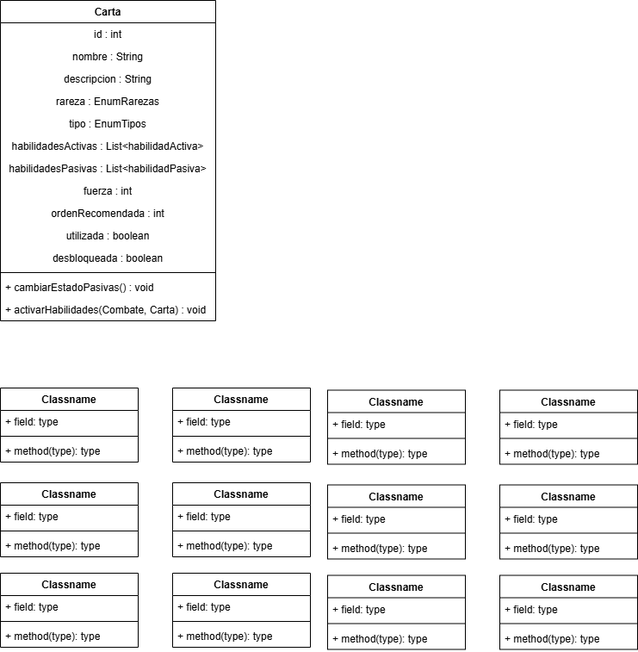
Above: Imagenes/diagrama de clases.drawio.png in gian700/Beastdeck (draw.io), before the change. Source tidied: cells renumbered, new cells last; positions are measured from the earlier drawing's top-left corner, leaving out a move shared by most shapes.
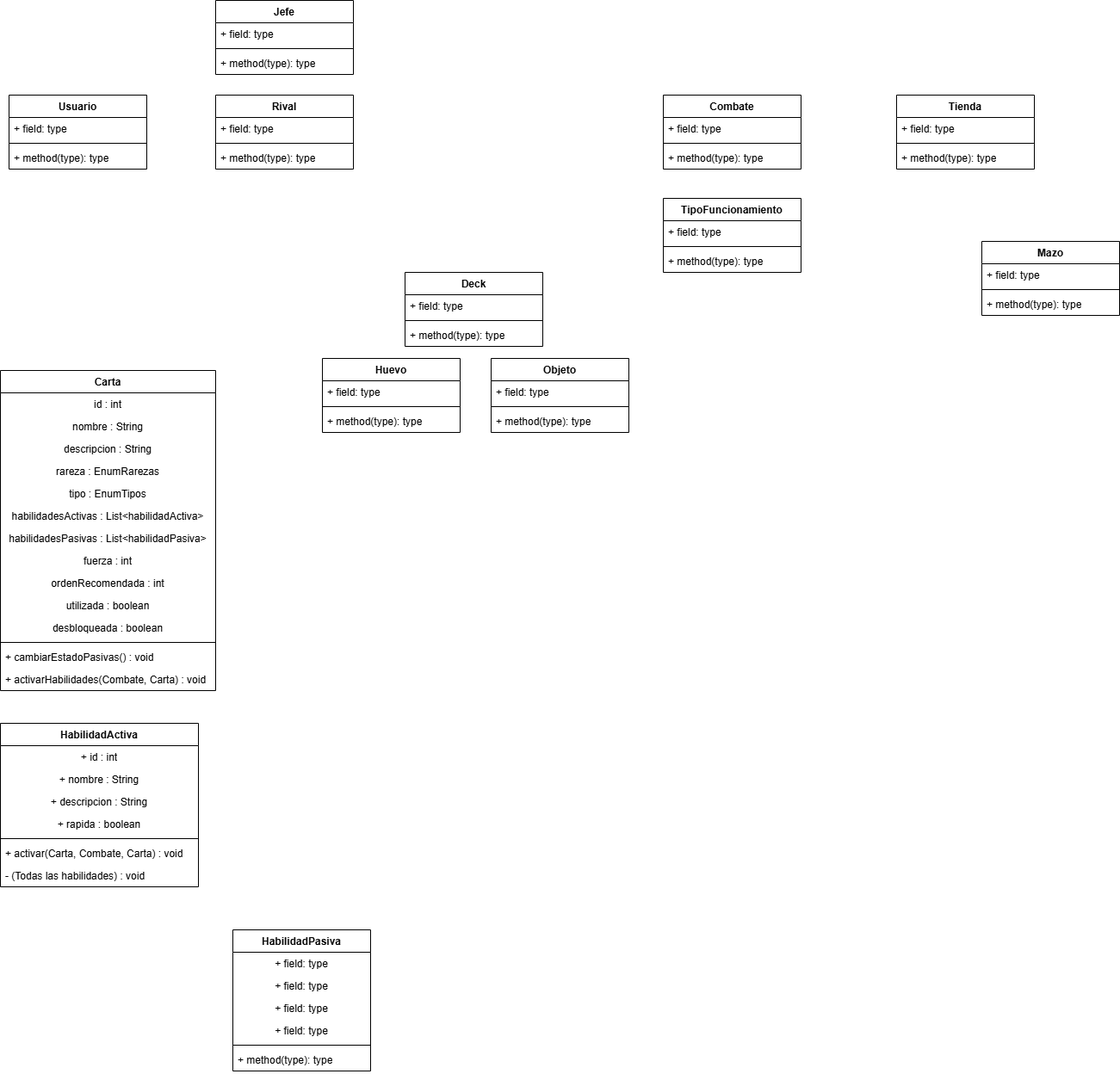
After the commit.

What changed in the source:
```diff
@@ -47,32 +47,53 @@
     <mxCell id="16" value="+ activarHabilidades(Combate, Carta) : void" style="text;strokeColor=none;fillColor=none;align=left;verticalAlign=top;spacingLeft=4;spacingRight=4;overflow=hidden;whiteSpace=wrap;html=1;" parent="2" vertex="1">
       <mxGeometry y="346" width="250" height="26" as="geometry" />
     </mxCell>
-    <mxCell id="17" value="Classname" style="swimlane;fontStyle=1;align=center;verticalAlign=top;horizontal=1;startSize=26;whiteSpace=wrap;html=1;" parent="1" vertex="1">
-      <mxGeometry y="450" width="160" height="86" as="geometry" />
+    <mxCell id="17" value="HabilidadActiva" style="swimlane;fontStyle=1;align=center;verticalAlign=top;horizontal=1;startSize=26;whiteSpace=wrap;html=1;" parent="1" vertex="1">
+      <mxGeometry y="410" width="230" height="190" as="geometry" />
     </mxCell>
-    <mxCell id="18" value="+ field: type" style="text;strokeColor=none;fillColor=none;align=left;verticalAlign=top;spacingLeft=4;spacingRight=4;overflow=hidden;whiteSpace=wrap;html=1;" parent="17" vertex="1">
-      <mxGeometry y="26" width="160" height="26" as="geometry" />
+    <mxCell id="18" value="+ id : int" style="text;strokeColor=none;fillColor=none;align=center;verticalAlign=top;spacingLeft=4;spacingRight=4;overflow=hidden;whiteSpace=wrap;html=1;" parent="17" vertex="1">
+      <mxGeometry y="26" width="230" height="26" as="geometry" />
     </mxCell>
+    <mxCell id="65" value="+ nombre : String" style="text;strokeColor=none;fillColor=none;align=center;verticalAlign=top;spacingLeft=4;spacingRight=4;overflow=hidden;whiteSpace=wrap;html=1;" parent="17" vertex="1">
+      <mxGeometry y="52" width="230" height="26" as="geometry" />
+    </mxCell>
+    <mxCell id="66" value="+ descripcion : String" style="text;strokeColor=none;fillColor=none;align=center;verticalAlign=top;spacingLeft=4;spacingRight=4;overflow=hidden;whiteSpace=wrap;html=1;" parent="17" vertex="1">
+      <mxGeometry y="78" width="230" height="26" as="geometry" />
+    </mxCell>
+    <mxCell id="67" value="+ rapida : boolean" style="text;strokeColor=none;fillColor=none;align=center;verticalAlign=top;spacingLeft=4;spacingRight=4;overflow=hidden;whiteSpace=wrap;html=1;" parent="17" vertex="1">
+      <mxGeometry y="104" width="230" height="26" as="geometry" />
+    </mxCell>
     <mxCell id="19" style="line;strokeWidth=1;fillColor=none;align=left;verticalAlign=middle;spacingTop=-1;spacingLeft=3;spacingRight=3;labelPosition=right;strokeColor=inherit;" parent="17" vertex="1">
-      <mxGeometry y="52" width="160" height="8" as="geometry" />
+      <mxGeometry y="130" width="230" height="8" as="geometry" />
     </mxCell>
-    <mxCell id="20" value="+ method(type): type" style="text;strokeColor=none;fillColor=none;align=left;verticalAlign=top;spacingLeft=4;spacingRight=4;overflow=hidden;whiteSpace=wrap;html=1;" parent="17" vertex="1">
-      <mxGeometry y="60" width="160" height="26" as="geometry" />
+    <mxCell id="20" value="+ activar(Carta, Combate, Carta) : void" style="text;strokeColor=none;fillColor=none;align=left;verticalAlign=top;spacingLeft=4;spacingRight=4;overflow=hidden;whiteSpace=wrap;html=1;" parent="17" vertex="1">
+      <mxGeometry y="138" width="230" height="26" as="geometry" />
     </mxCell>
+    <mxCell id="68" value="- (Todas las habilidades) : void" style="text;strokeColor=none;fillColor=none;align=left;verticalAlign=top;spacingLeft=4;spacingRight=4;overflow=hidden;whiteSpace=wrap;html=1;" parent="17" vertex="1">
+      <mxGeometry y="164" width="230" height="26" as="geometry" />
+    </mxCell>
-    <mxCell id="21" value="Classname" style="swimlane;fontStyle=1;align=center;verticalAlign=top;horizontal=1;startSize=26;whiteSpace=wrap;html=1;" parent="1" vertex="1">
-      <mxGeometry x="200" y="450" width="160" height="86" as="geometry" />
+    <mxCell id="21" value="HabilidadPasiva" style="swimlane;fontStyle=1;align=center;verticalAlign=top;horizontal=1;startSize=26;whiteSpace=wrap;html=1;" parent="1" vertex="1">
+      <mxGeometry x="270" y="650" width="160" height="164" as="geometry" />
     </mxCell>
-    <mxCell id="22" value="+ field: type" style="text;strokeColor=none;fillColor=none;align=left;verticalAlign=top;spacingLeft=4;spacingRight=4;overflow=hidden;whiteSpace=wrap;html=1;" parent="21" vertex="1">
+    <mxCell id="22" value="+ field: type" style="text;strokeColor=none;fillColor=none;align=center;verticalAlign=top;spacingLeft=4;spacingRight=4;overflow=hidden;whiteSpace=wrap;html=1;" parent="21" vertex="1">
       <mxGeometry y="26" width="160" height="26" as="geometry" />
     </mxCell>
+    <mxCell id="69" value="+ field: type" style="text;strokeColor=none;fillColor=none;align=center;verticalAlign=top;spacingLeft=4;spacingRight=4;overflow=hidden;whiteSpace=wrap;html=1;" parent="21" vertex="1">
+      <mxGeometry y="52" width="160" height="26" as="geometry" />
+    </mxCell>
+    <mxCell id="70" value="+ field: type" style="text;strokeColor=none;fillColor=none;align=center;verticalAlign=top;spacingLeft=4;spacingRight=4;overflow=hidden;whiteSpace=wrap;html=1;" parent="21" vertex="1">
+      <mxGeometry y="78" width="160" height="26" as="geometry" />
+    </mxCell>
+    <mxCell id="71" value="+ field: type" style="text;strokeColor=none;fillColor=none;align=center;verticalAlign=top;spacingLeft=4;spacingRight=4;overflow=hidden;whiteSpace=wrap;html=1;" parent="21" vertex="1">
+      <mxGeometry y="104" width="160" height="26" as="geometry" />
+    </mxCell>
     <mxCell id="23" style="line;strokeWidth=1;fillColor=none;align=left;verticalAlign=middle;spacingTop=-1;spacingLeft=3;spacingRight=3;labelPosition=right;strokeColor=inherit;" parent="21" vertex="1">
-      <mxGeometry y="52" width="160" height="8" as="geometry" />
+      <mxGeometry y="130" width="160" height="8" as="geometry" />
     </mxCell>
     <mxCell id="24" value="+ method(type): type" style="text;strokeColor=none;fillColor=none;align=left;verticalAlign=top;spacingLeft=4;spacingRight=4;overflow=hidden;whiteSpace=wrap;html=1;" parent="21" vertex="1">
-      <mxGeometry y="60" width="160" height="26" as="geometry" />
+      <mxGeometry y="138" width="160" height="26" as="geometry" />
     </mxCell>
-    <mxCell id="25" value="Classname" style="swimlane;fontStyle=1;align=center;verticalAlign=top;horizontal=1;startSize=26;whiteSpace=wrap;html=1;" parent="1" vertex="1">
-      <mxGeometry x="580" y="452.5" width="160" height="86" as="geometry" />
+    <mxCell id="25" value="Deck" style="swimlane;fontStyle=1;align=center;verticalAlign=top;horizontal=1;startSize=26;whiteSpace=wrap;html=1;" parent="1" vertex="1">
+      <mxGeometry x="470" y="-114" width="160" height="86" as="geometry" />
     </mxCell>
     <mxCell id="26" value="+ field: type" style="text;strokeColor=none;fillColor=none;align=left;verticalAlign=top;spacingLeft=4;spacingRight=4;overflow=hidden;whiteSpace=wrap;html=1;" parent="25" vertex="1">
       <mxGeometry y="26" width="160" height="26" as="geometry" />
@@ -83,8 +104,8 @@
     <mxCell id="28" value="+ method(type): type" style="text;strokeColor=none;fillColor=none;align=left;verticalAlign=top;spacingLeft=4;spacingRight=4;overflow=hidden;whiteSpace=wrap;html=1;" parent="25" vertex="1">
       <mxGeometry y="60" width="160" height="26" as="geometry" />
     </mxCell>
-    <mxCell id="29" value="Classname" style="swimlane;fontStyle=1;align=center;verticalAlign=top;horizontal=1;startSize=26;whiteSpace=wrap;html=1;" parent="1" vertex="1">
-      <mxGeometry x="380" y="452.5" width="160" height="86" as="geometry" />
+    <mxCell id="29" value="Combate" style="swimlane;fontStyle=1;align=center;verticalAlign=top;horizontal=1;startSize=26;whiteSpace=wrap;html=1;" parent="1" vertex="1">
+      <mxGeometry x="770" y="-320" width="160" height="86" as="geometry" />
     </mxCell>
     <mxCell id="30" value="+ field: type" style="text;strokeColor=none;fillColor=none;align=left;verticalAlign=top;spacingLeft=4;spacingRight=4;overflow=hidden;whiteSpace=wrap;html=1;" parent="29" vertex="1">
       <mxGeometry y="26" width="160" height="26" as="geometry" />
@@ -95,8 +116,8 @@
     <mxCell id="32" value="+ method(type): type" style="text;strokeColor=none;fillColor=none;align=left;verticalAlign=top;spacingLeft=4;spacingRight=4;overflow=hidden;whiteSpace=wrap;html=1;" parent="29" vertex="1">
       <mxGeometry y="60" width="160" height="26" as="geometry" />
     </mxCell>
-    <mxCell id="33" value="Classname" style="swimlane;fontStyle=1;align=center;verticalAlign=top;horizontal=1;startSize=26;whiteSpace=wrap;html=1;" parent="1" vertex="1">
-      <mxGeometry x="200" y="560" width="160" height="86" as="geometry" />
+    <mxCell id="33" value="Jefe" style="swimlane;fontStyle=1;align=center;verticalAlign=top;horizontal=1;startSize=26;whiteSpace=wrap;html=1;" parent="1" vertex="1">
+      <mxGeometry x="250" y="-430" width="160" height="86" as="geometry" />
     </mxCell>
     <mxCell id="34" value="+ field: type" style="text;strokeColor=none;fillColor=none;align=left;verticalAlign=top;spacingLeft=4;spacingRight=4;overflow=hidden;whiteSpace=wrap;html=1;" parent="33" vertex="1">
       <mxGeometry y="26" width="160" height="26" as="geometry" />
@@ -107,8 +128,8 @@
     <mxCell id="36" value="+ method(type): type" style="text;strokeColor=none;fillColor=none;align=left;verticalAlign=top;spacingLeft=4;spacingRight=4;overflow=hidden;whiteSpace=wrap;html=1;" parent="33" vertex="1">
       <mxGeometry y="60" width="160" height="26" as="geometry" />
     </mxCell>
-    <mxCell id="37" value="Classname" style="swimlane;fontStyle=1;align=center;verticalAlign=top;horizontal=1;startSize=26;whiteSpace=wrap;html=1;" parent="1" vertex="1">
-      <mxGeometry x="380" y="562.5" width="160" height="86" as="geometry" />
+    <mxCell id="37" value="Usuario" style="swimlane;fontStyle=1;align=center;verticalAlign=top;horizontal=1;startSize=26;whiteSpace=wrap;html=1;" parent="1" vertex="1">
+      <mxGeometry x="10" y="-320" width="160" height="86" as="geometry" />
     </mxCell>
     <mxCell id="38" value="+ field: type" style="text;strokeColor=none;fillColor=none;align=left;verticalAlign=top;spacingLeft=4;spacingRight=4;overflow=hidden;whiteSpace=wrap;html=1;" parent="37" vertex="1">
       <mxGeometry y="26" width="160" height="26" as="geometry" />
@@ -119,8 +140,8 @@
     <mxCell id="40" value="+ method(type): type" style="text;strokeColor=none;fillColor=none;align=left;verticalAlign=top;spacingLeft=4;spacingRight=4;overflow=hidden;whiteSpace=wrap;html=1;" parent="37" vertex="1">
       <mxGeometry y="60" width="160" height="26" as="geometry" />
     </mxCell>
-    <mxCell id="41" value="Classname" style="swimlane;fontStyle=1;align=center;verticalAlign=top;horizontal=1;startSize=26;whiteSpace=wrap;html=1;" parent="1" vertex="1">
-      <mxGeometry x="580" y="562.5" width="160" height="86" as="geometry" />
+    <mxCell id="41" value="Mazo" style="swimlane;fontStyle=1;align=center;verticalAlign=top;horizontal=1;startSize=26;whiteSpace=wrap;html=1;" parent="1" vertex="1">
+      <mxGeometry x="1140" y="-150" width="160" height="86" as="geometry" />
     </mxCell>
     <mxCell id="42" value="+ field: type" style="text;strokeColor=none;fillColor=none;align=left;verticalAlign=top;spacingLeft=4;spacingRight=4;overflow=hidden;whiteSpace=wrap;html=1;" parent="41" vertex="1">
       <mxGeometry y="26" width="160" height="26" as="geometry" />
@@ -131,8 +152,8 @@
     <mxCell id="44" value="+ method(type): type" style="text;strokeColor=none;fillColor=none;align=left;verticalAlign=top;spacingLeft=4;spacingRight=4;overflow=hidden;whiteSpace=wrap;html=1;" parent="41" vertex="1">
       <mxGeometry y="60" width="160" height="26" as="geometry" />
     </mxCell>
-    <mxCell id="45" value="Classname" style="swimlane;fontStyle=1;align=center;verticalAlign=top;horizontal=1;startSize=26;whiteSpace=wrap;html=1;" parent="1" vertex="1">
-      <mxGeometry x="580" y="667.5" width="160" height="86" as="geometry" />
+    <mxCell id="45" value="TipoFuncionamiento" style="swimlane;fontStyle=1;align=center;verticalAlign=top;horizontal=1;startSize=26;whiteSpace=wrap;html=1;" parent="1" vertex="1">
+      <mxGeometry x="770" y="-200" width="160" height="86" as="geometry" />
     </mxCell>
     <mxCell id="46" value="+ field: type" style="text;strokeColor=none;fillColor=none;align=left;verticalAlign=top;spacingLeft=4;spacingRight=4;overflow=hidden;whiteSpace=wrap;html=1;" parent="45" vertex="1">
       <mxGeometry y="26" width="160" height="26" as="geometry" />
@@ -143,8 +164,8 @@
     <mxCell id="48" value="+ method(type): type" style="text;strokeColor=none;fillColor=none;align=left;verticalAlign=top;spacingLeft=4;spacingRight=4;overflow=hidden;whiteSpace=wrap;html=1;" parent="45" vertex="1">
       <mxGeometry y="60" width="160" height="26" as="geometry" />
     </mxCell>
-    <mxCell id="49" value="Classname" style="swimlane;fontStyle=1;align=center;verticalAlign=top;horizontal=1;startSize=26;whiteSpace=wrap;html=1;" parent="1" vertex="1">
-      <mxGeometry x="380" y="667.5" width="160" height="86" as="geometry" />
+    <mxCell id="49" value="Rival" style="swimlane;fontStyle=1;align=center;verticalAlign=top;horizontal=1;startSize=26;whiteSpace=wrap;html=1;" parent="1" vertex="1">
+      <mxGeometry x="250" y="-320" width="160" height="86" as="geometry" />
     </mxCell>
     <mxCell id="50" value="+ field: type" style="text;strokeColor=none;fillColor=none;align=left;verticalAlign=top;spacingLeft=4;spacingRight=4;overflow=hidden;whiteSpace=wrap;html=1;" parent="49" vertex="1">
       <mxGeometry y="26" width="160" height="26" as="geometry" />
@@ -155,8 +176,8 @@
     <mxCell id="52" value="+ method(type): type" style="text;strokeColor=none;fillColor=none;align=left;verticalAlign=top;spacingLeft=4;spacingRight=4;overflow=hidden;whiteSpace=wrap;html=1;" parent="49" vertex="1">
       <mxGeometry y="60" width="160" height="26" as="geometry" />
     </mxCell>
-    <mxCell id="53" value="Classname" style="swimlane;fontStyle=1;align=center;verticalAlign=top;horizontal=1;startSize=26;whiteSpace=wrap;html=1;" parent="1" vertex="1">
-      <mxGeometry x="200" y="665" width="160" height="86" as="geometry" />
+    <mxCell id="53" value="Huevo" style="swimlane;fontStyle=1;align=center;verticalAlign=top;horizontal=1;startSize=26;whiteSpace=wrap;html=1;" parent="1" vertex="1">
+      <mxGeometry x="374" y="-14" width="160" height="86" as="geometry" />
     </mxCell>
     <mxCell id="54" value="+ field: type" style="text;strokeColor=none;fillColor=none;align=left;verticalAlign=top;spacingLeft=4;spacingRight=4;overflow=hidden;whiteSpace=wrap;html=1;" parent="53" vertex="1">
       <mxGeometry y="26" width="160" height="26" as="geometry" />
@@ -167,8 +188,8 @@
     <mxCell id="56" value="+ method(type): type" style="text;strokeColor=none;fillColor=none;align=left;verticalAlign=top;spacingLeft=4;spacingRight=4;overflow=hidden;whiteSpace=wrap;html=1;" parent="53" vertex="1">
       <mxGeometry y="60" width="160" height="26" as="geometry" />
     </mxCell>
-    <mxCell id="57" value="Classname" style="swimlane;fontStyle=1;align=center;verticalAlign=top;horizontal=1;startSize=26;whiteSpace=wrap;html=1;" parent="1" vertex="1">
-      <mxGeometry y="665" width="160" height="86" as="geometry" />
+    <mxCell id="57" value="Tienda" style="swimlane;fontStyle=1;align=center;verticalAlign=top;horizontal=1;startSize=26;whiteSpace=wrap;html=1;" parent="1" vertex="1">
+      <mxGeometry x="1041" y="-320" width="160" height="86" as="geometry" />
     </mxCell>
     <mxCell id="58" value="+ field: type" style="text;strokeColor=none;fillColor=none;align=left;verticalAlign=top;spacingLeft=4;spacingRight=4;overflow=hidden;whiteSpace=wrap;html=1;" parent="57" vertex="1">
       <mxGeometry y="26" width="160" height="26" as="geometry" />
@@ -179,8 +200,8 @@
     <mxCell id="60" value="+ method(type): type" style="text;strokeColor=none;fillColor=none;align=left;verticalAlign=top;spacingLeft=4;spacingRight=4;overflow=hidden;whiteSpace=wrap;html=1;" parent="57" vertex="1">
       <mxGeometry y="60" width="160" height="26" as="geometry" />
     </mxCell>
-    <mxCell id="61" value="Classname" style="swimlane;fontStyle=1;align=center;verticalAlign=top;horizontal=1;startSize=26;whiteSpace=wrap;html=1;" parent="1" vertex="1">
-      <mxGeometry y="560" width="160" height="86" as="geometry" />
+    <mxCell id="61" value="Objeto" style="swimlane;fontStyle=1;align=center;verticalAlign=top;horizontal=1;startSize=26;whiteSpace=wrap;html=1;" parent="1" vertex="1">
+      <mxGeometry x="570" y="-14" width="160" height="86" as="geometry" />
     </mxCell>
     <mxCell id="62" value="+ field: type" style="text;strokeColor=none;fillColor=none;align=left;verticalAlign=top;spacingLeft=4;spacingRight=4;overflow=hidden;whiteSpace=wrap;html=1;" parent="61" vertex="1">
       <mxGeometry y="26" width="160" height="26" as="geometry" />
```
